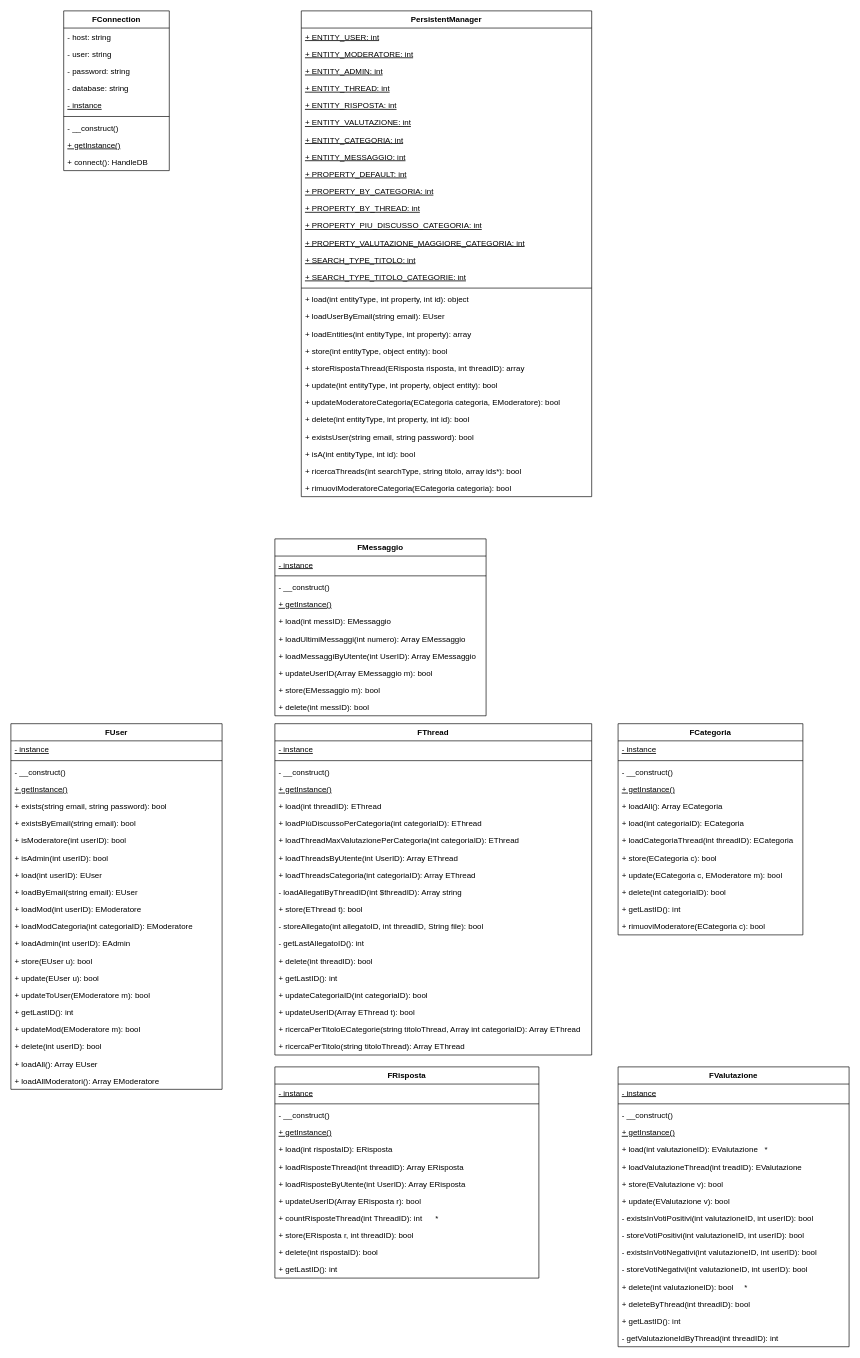
Before: Diagrammi/UML Fondation 2.drawio in EdoPan/UniChat, a draw.io diagram. Source tidied: cells renumbered, new cells numbered last; positions are measured from the earlier drawing's top-left corner, leaving out a move shared by most shapes. Both pictures are drawn from the tidied source at 66%, with x=0, y=0 at pixel (11, 11).
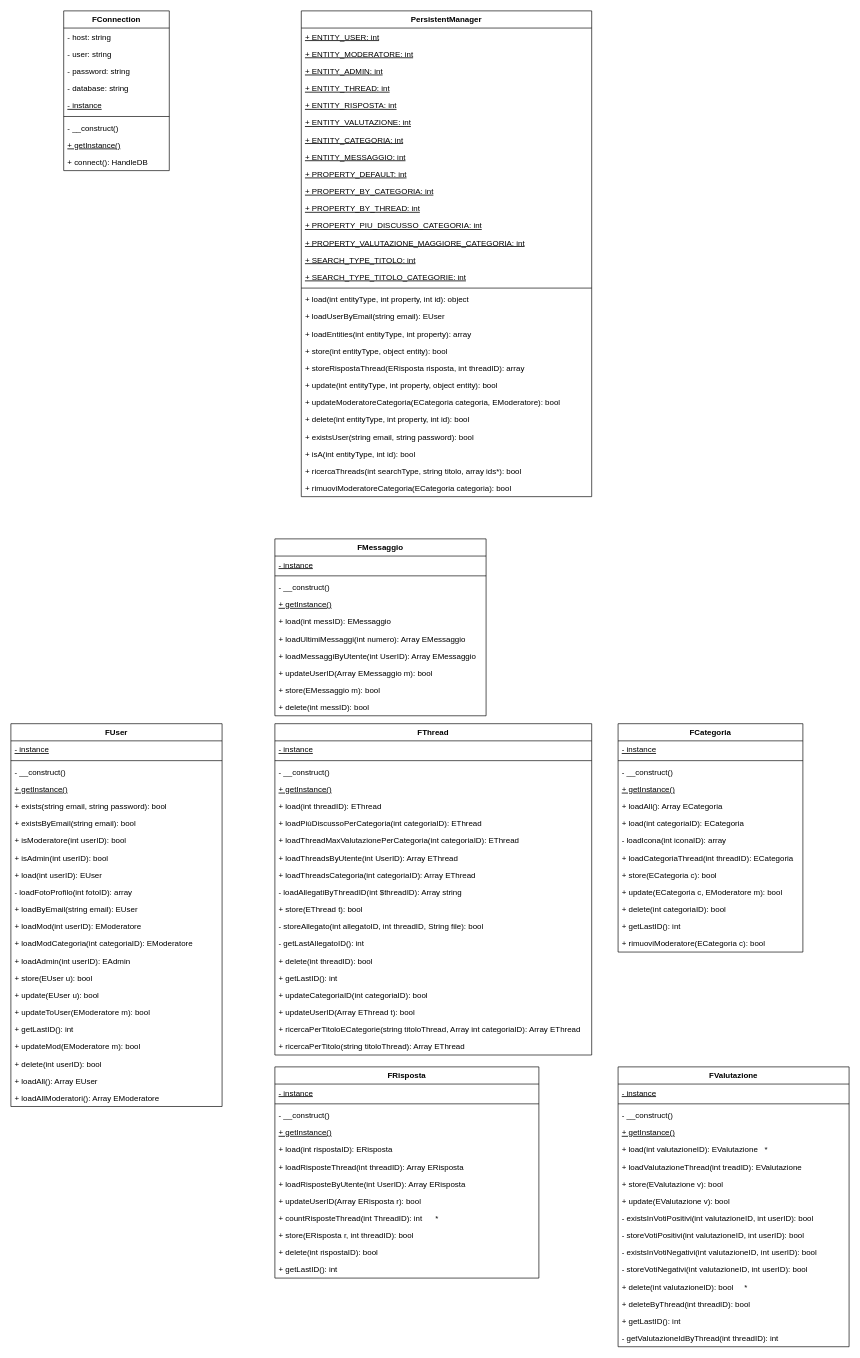
Above is the later version.

Commit message:
Aggiunta metodi loadFotoProfilo in FUser e loadIcona in FCategoria

Diff of the diagram source:
```diff
@@
     <mxCell id="41" value="FUser" style="swimlane;fontStyle=1;align=center;verticalAlign=top;horizontal=1;startSize=26;" parent="1" vertex="1">
-      <mxGeometry y="1080" width="320" height="554" as="geometry" />
+      <mxGeometry y="1080" width="320" height="580" as="geometry" />
     </mxCell>
@@
+    <mxCell id="137" value="- loadFotoProfilo(int fotoID): array" style="text;strokeColor=none;fillColor=none;align=left;verticalAlign=top;spacingLeft=4;spacingRight=4;overflow=hidden;" parent="41" vertex="1">
+      <mxGeometry y="242" width="320" height="26" as="geometry" />
+    </mxCell>
     <mxCell id="51" value="+ loadByEmail(string email): EUser" style="text;strokeColor=none;fillColor=none;align=left;verticalAlign=top;spacingLeft=4;spacingRight=4;overflow=hidden;" parent="41" vertex="1">
-      <mxGeometry y="242" width="320" height="26" as="geometry" />
+      <mxGeometry y="268" width="320" height="26" as="geometry" />
     </mxCell>
     <mxCell id="52" value="+ loadMod(int userID): EModeratore" style="text;strokeColor=none;fillColor=none;align=left;verticalAlign=top;spacingLeft=4;spacingRight=4;overflow=hidden;" parent="41" vertex="1">
-      <mxGeometry y="268" width="320" height="26" as="geometry" />
+      <mxGeometry y="294" width="320" height="26" as="geometry" />
     </mxCell>
     <mxCell id="53" value="+ loadModCategoria(int categoriaID): EModeratore" style="text;strokeColor=none;fillColor=none;align=left;verticalAlign=top;spacingLeft=4;spacingRight=4;overflow=hidden;" parent="41" vertex="1">
-      <mxGeometry y="294" width="320" height="26" as="geometry" />
+      <mxGeometry y="320" width="320" height="26" as="geometry" />
     </mxCell>
     <mxCell id="54" value="+ loadAdmin(int userID): EAdmin" style="text;strokeColor=none;fillColor=none;align=left;verticalAlign=top;spacingLeft=4;spacingRight=4;overflow=hidden;" parent="41" vertex="1">
-      <mxGeometry y="320" width="320" height="26" as="geometry" />
+      <mxGeometry y="346" width="320" height="26" as="geometry" />
     </mxCell>
     <mxCell id="55" value="+ store(EUser u): bool" style="text;strokeColor=none;fillColor=none;align=left;verticalAlign=top;spacingLeft=4;spacingRight=4;overflow=hidden;" parent="41" vertex="1">
-      <mxGeometry y="346" width="320" height="26" as="geometry" />
+      <mxGeometry y="372" width="320" height="26" as="geometry" />
     </mxCell>
     <mxCell id="56" value="+ update(EUser u): bool" style="text;strokeColor=none;fillColor=none;align=left;verticalAlign=top;spacingLeft=4;spacingRight=4;overflow=hidden;" parent="41" vertex="1">
-      <mxGeometry y="372" width="320" height="26" as="geometry" />
+      <mxGeometry y="398" width="320" height="26" as="geometry" />
     </mxCell>
     <mxCell id="57" value="+ updateToUser(EModeratore m): bool" style="text;strokeColor=none;fillColor=none;align=left;verticalAlign=top;spacingLeft=4;spacingRight=4;overflow=hidden;" parent="41" vertex="1">
-      <mxGeometry y="398" width="320" height="26" as="geometry" />
+      <mxGeometry y="424" width="320" height="26" as="geometry" />
     </mxCell>
     <mxCell id="58" value="+ getLastID(): int" style="text;strokeColor=none;fillColor=none;align=left;verticalAlign=top;spacingLeft=4;spacingRight=4;overflow=hidden;" parent="41" vertex="1">
-      <mxGeometry y="424" width="320" height="26" as="geometry" />
+      <mxGeometry y="450" width="320" height="26" as="geometry" />
     </mxCell>
     <mxCell id="59" value="+ updateMod(EModeratore m): bool" style="text;strokeColor=none;fillColor=none;align=left;verticalAlign=top;spacingLeft=4;spacingRight=4;overflow=hidden;" parent="41" vertex="1">
-      <mxGeometry y="450" width="320" height="26" as="geometry" />
+      <mxGeometry y="476" width="320" height="26" as="geometry" />
     </mxCell>
     <mxCell id="60" value="+ delete(int userID): bool" style="text;strokeColor=none;fillColor=none;align=left;verticalAlign=top;spacingLeft=4;spacingRight=4;overflow=hidden;" parent="41" vertex="1">
-      <mxGeometry y="476" width="320" height="26" as="geometry" />
+      <mxGeometry y="502" width="320" height="26" as="geometry" />
     </mxCell>
     <mxCell id="61" value="+ loadAll(): Array EUser" style="text;strokeColor=none;fillColor=none;align=left;verticalAlign=top;spacingLeft=4;spacingRight=4;overflow=hidden;" parent="41" vertex="1">
-      <mxGeometry y="502" width="320" height="26" as="geometry" />
+      <mxGeometry y="528" width="320" height="26" as="geometry" />
     </mxCell>
     <mxCell id="62" value="+ loadAllModeratori(): Array EModeratore" style="text;strokeColor=none;fillColor=none;align=left;verticalAlign=top;spacingLeft=4;spacingRight=4;overflow=hidden;" parent="41" vertex="1">
-      <mxGeometry y="528" width="320" height="26" as="geometry" />
+      <mxGeometry y="554" width="320" height="26" as="geometry" />
     </mxCell>
@@
     <mxCell id="107" value="FCategoria" style="swimlane;fontStyle=1;align=center;verticalAlign=top;horizontal=1;startSize=26;" parent="1" vertex="1">
-      <mxGeometry x="920" y="1080" width="280" height="320" as="geometry" />
+      <mxGeometry x="920" y="1080" width="280" height="346" as="geometry" />
     </mxCell>
@@
+    <mxCell id="138" value="- loadIcona(int iconaID): array" style="text;strokeColor=none;fillColor=none;align=left;verticalAlign=top;spacingLeft=4;spacingRight=4;overflow=hidden;" parent="107" vertex="1">
+      <mxGeometry y="164" width="280" height="26" as="geometry" />
+    </mxCell>
     <mxCell id="114" value="+ loadCategoriaThread(int threadID): ECategoria" style="text;strokeColor=none;fillColor=none;align=left;verticalAlign=top;spacingLeft=4;spacingRight=4;overflow=hidden;" parent="107" vertex="1">
-      <mxGeometry y="164" width="280" height="26" as="geometry" />
+      <mxGeometry y="190" width="280" height="26" as="geometry" />
     </mxCell>
     <mxCell id="115" value="+ store(ECategoria c): bool" style="text;strokeColor=none;fillColor=none;align=left;verticalAlign=top;spacingLeft=4;spacingRight=4;overflow=hidden;" parent="107" vertex="1">
-      <mxGeometry y="190" width="280" height="26" as="geometry" />
+      <mxGeometry y="216" width="280" height="26" as="geometry" />
     </mxCell>
     <mxCell id="116" value="+ update(ECategoria c, EModeratore m): bool" style="text;strokeColor=none;fillColor=none;align=left;verticalAlign=top;spacingLeft=4;spacingRight=4;overflow=hidden;" parent="107" vertex="1">
-      <mxGeometry y="216" width="280" height="26" as="geometry" />
+      <mxGeometry y="242" width="280" height="26" as="geometry" />
     </mxCell>
     <mxCell id="117" value="+ delete(int categoriaID): bool" style="text;strokeColor=none;fillColor=none;align=left;verticalAlign=top;spacingLeft=4;spacingRight=4;overflow=hidden;" parent="107" vertex="1">
-      <mxGeometry y="242" width="280" height="26" as="geometry" />
+      <mxGeometry y="268" width="280" height="26" as="geometry" />
     </mxCell>
     <mxCell id="118" value="+ getLastID(): int" style="text;strokeColor=none;fillColor=none;align=left;verticalAlign=top;spacingLeft=4;spacingRight=4;overflow=hidden;" parent="107" vertex="1">
-      <mxGeometry y="268" width="280" height="26" as="geometry" />
+      <mxGeometry y="294" width="280" height="26" as="geometry" />
     </mxCell>
     <mxCell id="119" value="+ rimuoviModeratore(ECategoria c): bool" style="text;strokeColor=none;fillColor=none;align=left;verticalAlign=top;spacingLeft=4;spacingRight=4;overflow=hidden;" parent="107" vertex="1">
-      <mxGeometry y="294" width="280" height="26" as="geometry" />
+      <mxGeometry y="320" width="280" height="26" as="geometry" />
     </mxCell>
```
